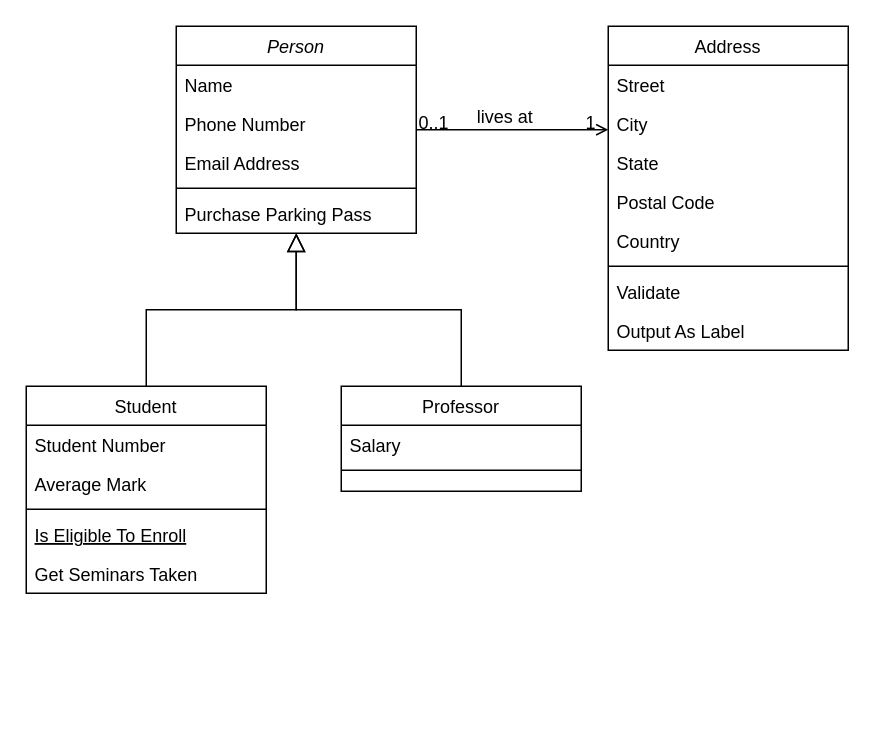
The draw.io diagram Untitled Diagram.drawio in grythman/W.A.I.D.S, before the edit. Source tidied: cells renumbered, new cells numbered last; positions are measured from the earlier drawing's top-left corner, leaving out a move shared by most shapes. Both pictures are drawn from the tidied source at 150%, with x=0, y=0 at pixel (26, 26).
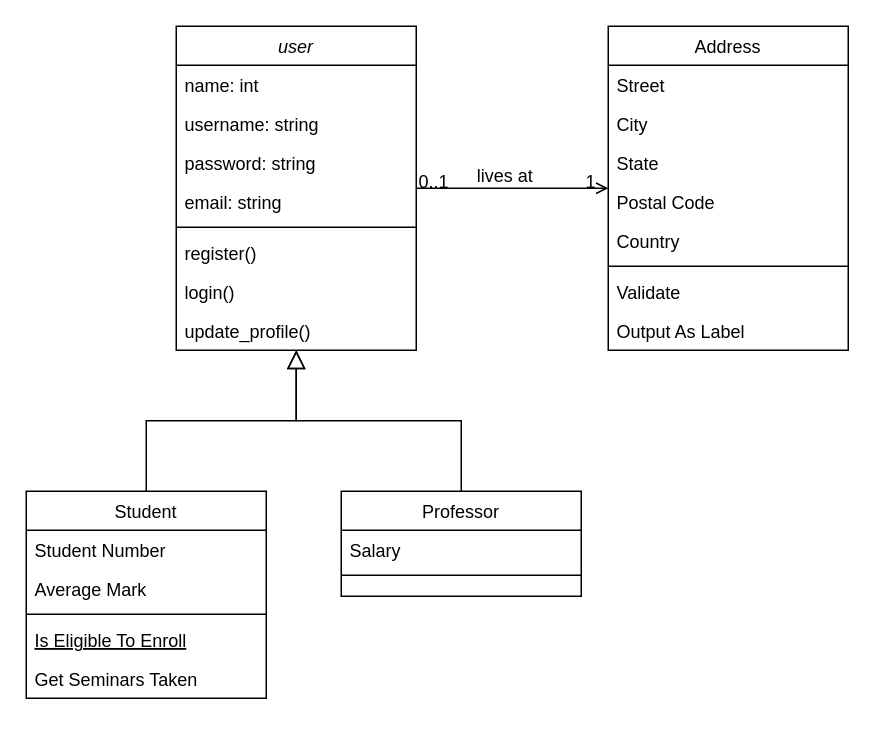
The same diagram, later.

The edit, as a diff of the source:
```diff
@@
-    <mxCell id="2" value="Person" style="swimlane;fontStyle=2;align=center;verticalAlign=top;horizontal=1;startSize=26;rounded=0;shadow=0;strokeWidth=1;" parent="1" vertex="1">
-      <mxGeometry x="100" width="160" height="138" as="geometry" />
+    <mxCell id="2" value="user" style="swimlane;fontStyle=2;align=center;verticalAlign=top;horizontal=1;startSize=26;rounded=0;shadow=0;strokeWidth=1;" parent="1" vertex="1">
+      <mxGeometry x="100" width="160" height="216" as="geometry" />
     </mxCell>
-    <mxCell id="3" value="Name" style="text;align=left;verticalAlign=top;spacingLeft=4;spacingRight=4;overflow=hidden;" parent="2" vertex="1">
+    <mxCell id="3" value="name: int" style="text;align=left;verticalAlign=top;spacingLeft=4;spacingRight=4;overflow=hidden;" parent="2" vertex="1">
       <mxGeometry y="26" width="160" height="26" as="geometry" />
     </mxCell>
-    <mxCell id="4" value="Phone Number" style="text;align=left;verticalAlign=top;spacingLeft=4;spacingRight=4;overflow=hidden;rounded=0;shadow=0;html=0;" parent="2" vertex="1">
+    <mxCell id="4" value="username: string" style="text;align=left;verticalAlign=top;spacingLeft=4;spacingRight=4;overflow=hidden;rounded=0;shadow=0;html=0;" parent="2" vertex="1">
       <mxGeometry y="52" width="160" height="26" as="geometry" />
     </mxCell>
-    <mxCell id="5" value="Email Address" style="text;align=left;verticalAlign=top;spacingLeft=4;spacingRight=4;overflow=hidden;rounded=0;shadow=0;html=0;" parent="2" vertex="1">
+    <mxCell id="5" value="password: string" style="text;align=left;verticalAlign=top;spacingLeft=4;spacingRight=4;overflow=hidden;rounded=0;shadow=0;html=0;" parent="2" vertex="1">
       <mxGeometry y="78" width="160" height="26" as="geometry" />
     </mxCell>
-    <mxCell id="6" style="line;html=1;strokeWidth=1;align=left;verticalAlign=middle;spacingTop=-1;spacingLeft=3;spacingRight=3;labelPosition=right;" parent="2" vertex="1">
-      <mxGeometry y="104" width="160" height="8" as="geometry" />
-    </mxCell>
-    <mxCell id="7" value="Purchase Parking Pass" style="text;align=left;verticalAlign=top;spacingLeft=4;spacingRight=4;overflow=hidden;" parent="2" vertex="1">
-      <mxGeometry y="112" width="160" height="26" as="geometry" />
-    </mxCell>
+    <mxCell id="32" value="email: string" style="text;align=left;verticalAlign=top;spacingLeft=4;spacingRight=4;overflow=hidden;rounded=0;shadow=0;html=0;" parent="2" vertex="1">
+      <mxGeometry y="104" width="160" height="26" as="geometry" />
+    </mxCell>
+    <mxCell id="33" style="line;strokeWidth=1;fillColor=none;align=left;verticalAlign=middle;spacingTop=-1;spacingLeft=3;spacingRight=3;labelPosition=right;strokeColor=inherit;" parent="2" vertex="1">
+      <mxGeometry y="130" width="160" height="8" as="geometry" />
+    </mxCell>
+    <mxCell id="34" value="register()" style="text;align=left;verticalAlign=top;spacingLeft=4;spacingRight=4;overflow=hidden;rounded=0;shadow=0;html=0;" parent="2" vertex="1">
+      <mxGeometry y="138" width="160" height="26" as="geometry" />
+    </mxCell>
+    <mxCell id="35" value="login()" style="text;align=left;verticalAlign=top;spacingLeft=4;spacingRight=4;overflow=hidden;rounded=0;shadow=0;html=0;" parent="2" vertex="1">
+      <mxGeometry y="164" width="160" height="26" as="geometry" />
+    </mxCell>
+    <mxCell id="36" value="update_profile()" style="text;align=left;verticalAlign=top;spacingLeft=4;spacingRight=4;overflow=hidden;rounded=0;shadow=0;html=0;" parent="2" vertex="1">
+      <mxGeometry y="190" width="160" height="26" as="geometry" />
+    </mxCell>
     <mxCell id="8" value="Student" style="swimlane;fontStyle=0;align=center;verticalAlign=top;horizontal=1;startSize=26;rounded=0;shadow=0;strokeWidth=1;" parent="1" vertex="1">
-      <mxGeometry y="240" width="160" height="138" as="geometry" />
+      <mxGeometry y="310" width="160" height="138" as="geometry" />
     </mxCell>
@@
     <mxCell id="15" value="Professor" style="swimlane;fontStyle=0;align=center;verticalAlign=top;horizontal=1;startSize=26;rounded=0;shadow=0;strokeWidth=1;" parent="1" vertex="1">
-      <mxGeometry x="210" y="240" width="160" height="70" as="geometry" />
+      <mxGeometry x="210" y="310" width="160" height="70" as="geometry" />
     </mxCell>
```
